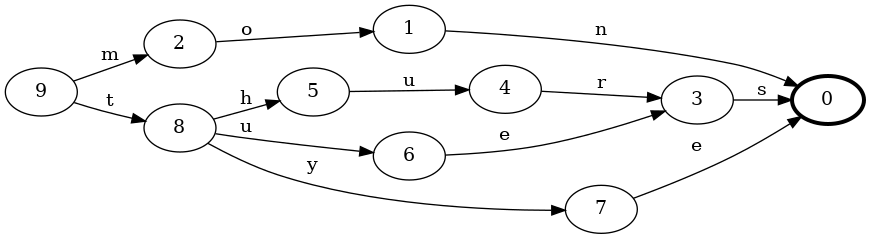
KalilBalech/FST-data-structure-autoCompleteProject keeps this Graphviz diagram as graph.png. Above is the earlier version. Its source is kept beside it as graph.dot. Its diagram source:
```dot
digraph G {
    rankdir=LR;
    9 -> 2 [label="m"];
    9 -> 8 [label="t"];
    2 -> 1 [label="o"];
    8 -> 5 [label="h"];
    8 -> 6 [label="u"];
    8 -> 7 [label="y"];
    1 -> 0 [label="n"];
    5 -> 4 [label="u"];
    6 -> 3 [label="e"];
    7 -> 0 [label="e"];
    0 [penwidth=3];
    4 -> 3 [label="r"];
    3 -> 0 [label="s"];
    0 [penwidth=3];
    0 [penwidth=3];
}
```
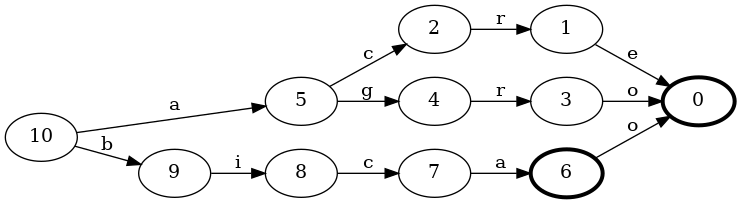
After the commit.

The edit, as a diff of the source:
```diff
@@ -1,18 +1,19 @@
 digraph G {
     rankdir=LR;
-    9 -> 2 [label="m"];
-    9 -> 8 [label="t"];
-    2 -> 1 [label="o"];
-    8 -> 5 [label="h"];
-    8 -> 6 [label="u"];
-    8 -> 7 [label="y"];
-    1 -> 0 [label="n"];
-    5 -> 4 [label="u"];
-    6 -> 3 [label="e"];
-    7 -> 0 [label="e"];
-    0 [penwidth=3];
+    10 -> 5 [label="a"];
+    10 -> 9 [label="b"];
+    5 -> 2 [label="c"];
+    5 -> 4 [label="g"];
+    9 -> 8 [label="i"];
+    2 -> 1 [label="r"];
     4 -> 3 [label="r"];
-    3 -> 0 [label="s"];
+    8 -> 7 [label="c"];
+    1 -> 0 [label="e"];
+    3 -> 0 [label="o"];
+    7 -> 6 [label="a"];
     0 [penwidth=3];
     0 [penwidth=3];
+    6 [penwidth=3];
+    6 -> 0 [label="o"];
+    0 [penwidth=3];
 }
```
